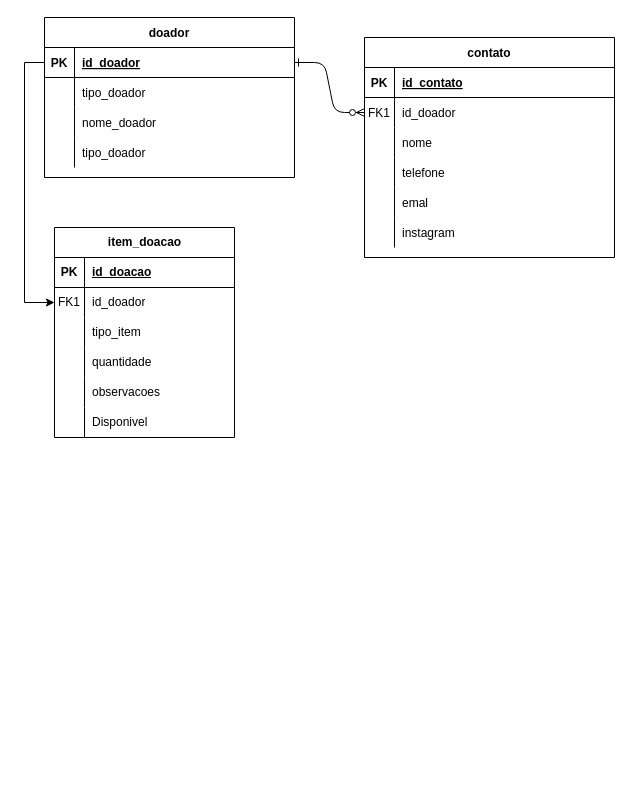
This is diagramas/Diagrama sem nome.drawio from lightdi/controleajuda, a draw.io file, before an edit. Source tidied: cells renumbered, new cells numbered last; positions are measured from the earlier drawing's top-left corner, leaving out a move shared by most shapes. Both pictures are drawn from the tidied source at 100%, with x=0, y=0 at pixel (44, 17).
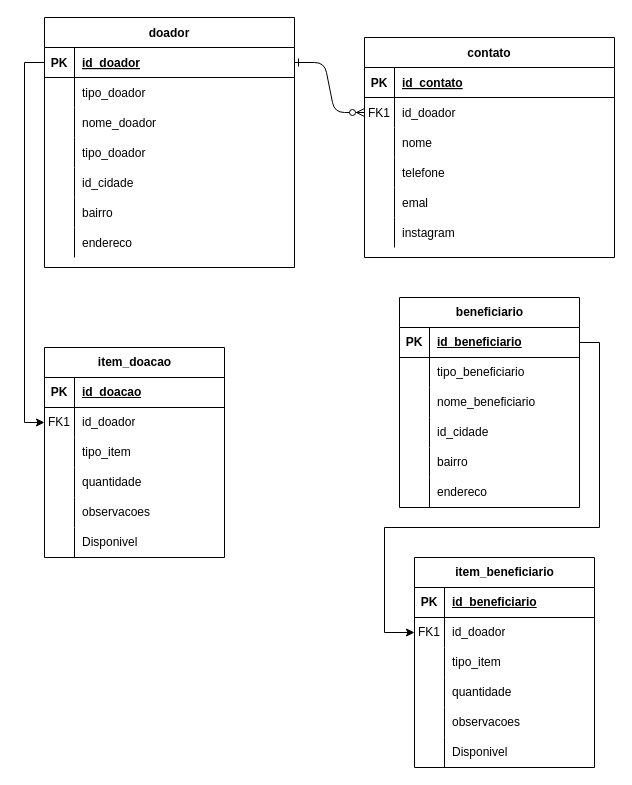
Above is the later version.

What changed in the source:
```diff
@@
     <mxCell id="22" value="doador" style="shape=table;startSize=30;childLayout=tableLayout;rowLines=0;fontStyle=1;align=center;" parent="1" vertex="1">
-      <mxGeometry width="250" height="160" as="geometry" />
+      <mxGeometry width="250" height="250" as="geometry" />
     </mxCell>
@@
+    <mxCell id="55" style="shape=partialRectangle;fillColor=none;top=0;left=0;right=0;bottom=0;" parent="22" vertex="1">
+      <mxGeometry y="150" width="250" height="30" as="geometry" />
+    </mxCell>
+    <mxCell id="56" style="shape=partialRectangle;overflow=hidden;fillColor=none;top=0;left=0;bottom=0;right=0;" parent="55" vertex="1">
+      <mxGeometry width="30" height="30" as="geometry" />
+    </mxCell>
+    <mxCell id="57" value="id_cidade" style="shape=partialRectangle;overflow=hidden;fillColor=none;top=0;left=0;bottom=0;right=0;align=left;spacingLeft=6;" parent="55" vertex="1">
+      <mxGeometry x="30" width="220" height="30" as="geometry" />
+    </mxCell>
+    <mxCell id="58" style="shape=partialRectangle;fillColor=none;top=0;left=0;right=0;bottom=0;" parent="22" vertex="1">
+      <mxGeometry y="180" width="250" height="30" as="geometry" />
+    </mxCell>
+    <mxCell id="59" style="shape=partialRectangle;overflow=hidden;fillColor=none;top=0;left=0;bottom=0;right=0;" parent="58" vertex="1">
+      <mxGeometry width="30" height="30" as="geometry" />
+    </mxCell>
+    <mxCell id="60" value="bairro" style="shape=partialRectangle;overflow=hidden;fillColor=none;top=0;left=0;bottom=0;right=0;align=left;spacingLeft=6;" parent="58" vertex="1">
+      <mxGeometry x="30" width="220" height="30" as="geometry" />
+    </mxCell>
+    <mxCell id="61" style="shape=partialRectangle;fillColor=none;top=0;left=0;right=0;bottom=0;" parent="22" vertex="1">
+      <mxGeometry y="210" width="250" height="30" as="geometry" />
+    </mxCell>
+    <mxCell id="62" style="shape=partialRectangle;overflow=hidden;fillColor=none;top=0;left=0;bottom=0;right=0;" parent="61" vertex="1">
+      <mxGeometry width="30" height="30" as="geometry" />
+    </mxCell>
+    <mxCell id="63" value="endereco" style="shape=partialRectangle;overflow=hidden;fillColor=none;top=0;left=0;bottom=0;right=0;align=left;spacingLeft=6;" parent="61" vertex="1">
+      <mxGeometry x="30" width="220" height="30" as="geometry" />
+    </mxCell>
     <mxCell id="35" value="item_doacao" style="shape=table;startSize=30;childLayout=tableLayout;rowLines=0;fontStyle=1;align=center;html=1;" parent="1" vertex="1">
-      <mxGeometry x="10" y="210" width="180" height="210" as="geometry" />
+      <mxGeometry y="330" width="180" height="210" as="geometry" />
     </mxCell>
@@
+    <mxCell id="64" value="beneficiario" style="shape=table;startSize=30;childLayout=tableLayout;rowLines=0;fontStyle=1;align=center;html=1;" parent="1" vertex="1">
+      <mxGeometry x="355" y="280" width="180" height="210" as="geometry" />
+    </mxCell>
+    <mxCell id="65" style="shape=tableRow;horizontal=0;startSize=0;swimlaneHead=0;swimlaneBody=0;fillColor=none;points=[[0,0.5],[1,0.5]];portConstraint=eastwest;top=0;left=0;right=0;bottom=1;" parent="64" vertex="1">
+      <mxGeometry y="30" width="180" height="30" as="geometry" />
+    </mxCell>
+    <mxCell id="66" value="PK" style="shape=partialRectangle;fillColor=none;top=0;left=0;bottom=0;right=0;fontStyle=1;overflow=hidden;whiteSpace=wrap;html=1;" parent="65" vertex="1">
+      <mxGeometry width="30" height="30" as="geometry" />
+    </mxCell>
+    <mxCell id="67" value="id_beneficiario" style="shape=partialRectangle;fillColor=none;top=0;left=0;bottom=0;right=0;align=left;spacingLeft=6;fontStyle=5;overflow=hidden;whiteSpace=wrap;html=1;" parent="65" vertex="1">
+      <mxGeometry x="30" width="150" height="30" as="geometry" />
+    </mxCell>
+    <mxCell id="68" style="shape=tableRow;horizontal=0;startSize=0;swimlaneHead=0;swimlaneBody=0;fillColor=none;top=0;left=0;right=0;bottom=0;" parent="64" vertex="1">
+      <mxGeometry y="60" width="180" height="30" as="geometry" />
+    </mxCell>
+    <mxCell id="69" style="shape=partialRectangle;fillColor=none;top=0;left=0;bottom=0;right=0;overflow=hidden;whiteSpace=wrap;html=1;" parent="68" vertex="1">
+      <mxGeometry width="30" height="30" as="geometry" />
+    </mxCell>
+    <mxCell id="70" value="tipo_beneficiario" style="shape=partialRectangle;fillColor=none;top=0;left=0;bottom=0;right=0;align=left;spacingLeft=6;overflow=hidden;whiteSpace=wrap;html=1;" parent="68" vertex="1">
+      <mxGeometry x="30" width="150" height="30" as="geometry" />
+    </mxCell>
+    <mxCell id="71" style="shape=tableRow;horizontal=0;startSize=0;swimlaneHead=0;swimlaneBody=0;fillColor=none;top=0;left=0;right=0;bottom=0;" parent="64" vertex="1">
+      <mxGeometry y="90" width="180" height="30" as="geometry" />
+    </mxCell>
+    <mxCell id="72" style="shape=partialRectangle;fillColor=none;top=0;left=0;bottom=0;right=0;overflow=hidden;whiteSpace=wrap;html=1;" parent="71" vertex="1">
+      <mxGeometry width="30" height="30" as="geometry" />
+    </mxCell>
+    <mxCell id="73" value="nome_beneficiario" style="shape=partialRectangle;fillColor=none;top=0;left=0;bottom=0;right=0;align=left;spacingLeft=6;overflow=hidden;whiteSpace=wrap;html=1;" parent="71" vertex="1">
+      <mxGeometry x="30" width="150" height="30" as="geometry" />
+    </mxCell>
+    <mxCell id="74" style="shape=tableRow;horizontal=0;startSize=0;swimlaneHead=0;swimlaneBody=0;fillColor=none;top=0;left=0;right=0;bottom=0;" parent="64" vertex="1">
+      <mxGeometry y="120" width="180" height="30" as="geometry" />
+    </mxCell>
+    <mxCell id="75" style="shape=partialRectangle;fillColor=none;top=0;left=0;bottom=0;right=0;overflow=hidden;whiteSpace=wrap;html=1;" parent="74" vertex="1">
+      <mxGeometry width="30" height="30" as="geometry" />
+    </mxCell>
+    <mxCell id="76" value="id_cidade" style="shape=partialRectangle;fillColor=none;top=0;left=0;bottom=0;right=0;align=left;spacingLeft=6;overflow=hidden;whiteSpace=wrap;html=1;" parent="74" vertex="1">
+      <mxGeometry x="30" width="150" height="30" as="geometry" />
+    </mxCell>
+    <mxCell id="77" style="shape=tableRow;horizontal=0;startSize=0;swimlaneHead=0;swimlaneBody=0;fillColor=none;top=0;left=0;right=0;bottom=0;" parent="64" vertex="1">
+      <mxGeometry y="150" width="180" height="30" as="geometry" />
+    </mxCell>
+    <mxCell id="78" style="shape=partialRectangle;fillColor=none;top=0;left=0;bottom=0;right=0;overflow=hidden;whiteSpace=wrap;html=1;" parent="77" vertex="1">
+      <mxGeometry width="30" height="30" as="geometry" />
+    </mxCell>
+    <mxCell id="79" value="bairro" style="shape=partialRectangle;fillColor=none;top=0;left=0;bottom=0;right=0;align=left;spacingLeft=6;overflow=hidden;whiteSpace=wrap;html=1;" parent="77" vertex="1">
+      <mxGeometry x="30" width="150" height="30" as="geometry" />
+    </mxCell>
+    <mxCell id="80" style="shape=tableRow;horizontal=0;startSize=0;swimlaneHead=0;swimlaneBody=0;fillColor=none;top=0;left=0;right=0;bottom=0;" parent="64" vertex="1">
+      <mxGeometry y="180" width="180" height="30" as="geometry" />
+    </mxCell>
+    <mxCell id="81" style="shape=partialRectangle;fillColor=none;top=0;left=0;bottom=0;right=0;overflow=hidden;whiteSpace=wrap;html=1;" parent="80" vertex="1">
+      <mxGeometry width="30" height="30" as="geometry" />
+    </mxCell>
+    <mxCell id="82" value="endereco" style="shape=partialRectangle;fillColor=none;top=0;left=0;bottom=0;right=0;align=left;spacingLeft=6;overflow=hidden;whiteSpace=wrap;html=1;" parent="80" vertex="1">
+      <mxGeometry x="30" width="150" height="30" as="geometry" />
+    </mxCell>
+    <mxCell id="83" value="item_beneficiario" style="shape=table;startSize=30;childLayout=tableLayout;rowLines=0;fontStyle=1;align=center;html=1;" parent="1" vertex="1">
+      <mxGeometry x="370" y="540" width="180" height="210" as="geometry" />
+    </mxCell>
+    <mxCell id="84" style="shape=tableRow;horizontal=0;startSize=0;swimlaneHead=0;swimlaneBody=0;fillColor=none;top=0;left=0;right=0;bottom=1;" parent="83" vertex="1">
+      <mxGeometry y="30" width="180" height="30" as="geometry" />
+    </mxCell>
+    <mxCell id="85" value="PK" style="shape=partialRectangle;fillColor=none;top=0;left=0;bottom=0;right=0;fontStyle=1;overflow=hidden;whiteSpace=wrap;html=1;" parent="84" vertex="1">
+      <mxGeometry width="30" height="30" as="geometry" />
+    </mxCell>
+    <mxCell id="86" value="id_beneficiario" style="shape=partialRectangle;fillColor=none;top=0;left=0;bottom=0;right=0;align=left;spacingLeft=6;fontStyle=5;overflow=hidden;whiteSpace=wrap;html=1;" parent="84" vertex="1">
+      <mxGeometry x="30" width="150" height="30" as="geometry" />
+    </mxCell>
+    <mxCell id="87" style="shape=tableRow;horizontal=0;startSize=0;swimlaneHead=0;swimlaneBody=0;fillColor=none;points=[[0,0.5],[1,0.5]];portConstraint=eastwest;top=0;left=0;right=0;bottom=0;" parent="83" vertex="1">
+      <mxGeometry y="60" width="180" height="30" as="geometry" />
+    </mxCell>
+    <mxCell id="88" value="FK1" style="shape=partialRectangle;fillColor=none;top=0;left=0;bottom=0;right=0;overflow=hidden;whiteSpace=wrap;html=1;" parent="87" vertex="1">
+      <mxGeometry width="30" height="30" as="geometry" />
+    </mxCell>
+    <mxCell id="89" value="id_doador" style="shape=partialRectangle;fillColor=none;top=0;left=0;bottom=0;right=0;align=left;spacingLeft=6;overflow=hidden;whiteSpace=wrap;html=1;" parent="87" vertex="1">
+      <mxGeometry x="30" width="150" height="30" as="geometry" />
+    </mxCell>
+    <mxCell id="90" style="shape=tableRow;horizontal=0;startSize=0;swimlaneHead=0;swimlaneBody=0;fillColor=none;top=0;left=0;right=0;bottom=0;" parent="83" vertex="1">
+      <mxGeometry y="90" width="180" height="30" as="geometry" />
+    </mxCell>
+    <mxCell id="91" style="shape=partialRectangle;fillColor=none;top=0;left=0;bottom=0;right=0;overflow=hidden;whiteSpace=wrap;html=1;" parent="90" vertex="1">
+      <mxGeometry width="30" height="30" as="geometry" />
+    </mxCell>
+    <mxCell id="92" value="tipo_item" style="shape=partialRectangle;fillColor=none;top=0;left=0;bottom=0;right=0;align=left;spacingLeft=6;overflow=hidden;whiteSpace=wrap;html=1;" parent="90" vertex="1">
+      <mxGeometry x="30" width="150" height="30" as="geometry" />
+    </mxCell>
+    <mxCell id="93" style="shape=tableRow;horizontal=0;startSize=0;swimlaneHead=0;swimlaneBody=0;fillColor=none;top=0;left=0;right=0;bottom=0;" parent="83" vertex="1">
+      <mxGeometry y="120" width="180" height="30" as="geometry" />
+    </mxCell>
+    <mxCell id="94" style="shape=partialRectangle;fillColor=none;top=0;left=0;bottom=0;right=0;overflow=hidden;whiteSpace=wrap;html=1;" parent="93" vertex="1">
+      <mxGeometry width="30" height="30" as="geometry" />
+    </mxCell>
+    <mxCell id="95" value="quantidade" style="shape=partialRectangle;fillColor=none;top=0;left=0;bottom=0;right=0;align=left;spacingLeft=6;overflow=hidden;whiteSpace=wrap;html=1;" parent="93" vertex="1">
+      <mxGeometry x="30" width="150" height="30" as="geometry" />
+    </mxCell>
+    <mxCell id="96" style="shape=tableRow;horizontal=0;startSize=0;swimlaneHead=0;swimlaneBody=0;fillColor=none;top=0;left=0;right=0;bottom=0;" parent="83" vertex="1">
+      <mxGeometry y="150" width="180" height="30" as="geometry" />
+    </mxCell>
+    <mxCell id="97" style="shape=partialRectangle;fillColor=none;top=0;left=0;bottom=0;right=0;overflow=hidden;whiteSpace=wrap;html=1;" parent="96" vertex="1">
+      <mxGeometry width="30" height="30" as="geometry" />
+    </mxCell>
+    <mxCell id="98" value="observacoes" style="shape=partialRectangle;fillColor=none;top=0;left=0;bottom=0;right=0;align=left;spacingLeft=6;overflow=hidden;whiteSpace=wrap;html=1;" parent="96" vertex="1">
+      <mxGeometry x="30" width="150" height="30" as="geometry" />
+    </mxCell>
+    <mxCell id="99" style="shape=tableRow;horizontal=0;startSize=0;swimlaneHead=0;swimlaneBody=0;fillColor=none;top=0;left=0;right=0;bottom=0;" parent="83" vertex="1">
+      <mxGeometry y="180" width="180" height="30" as="geometry" />
+    </mxCell>
+    <mxCell id="100" style="shape=partialRectangle;fillColor=none;top=0;left=0;bottom=0;right=0;overflow=hidden;whiteSpace=wrap;html=1;" parent="99" vertex="1">
+      <mxGeometry width="30" height="30" as="geometry" />
+    </mxCell>
+    <mxCell id="101" value="Disponivel" style="shape=partialRectangle;fillColor=none;top=0;left=0;bottom=0;right=0;align=left;spacingLeft=6;overflow=hidden;whiteSpace=wrap;html=1;" parent="99" vertex="1">
+      <mxGeometry x="30" width="150" height="30" as="geometry" />
+    </mxCell>
+    <mxCell id="102" style="edgeStyle=orthogonalEdgeStyle;rounded=0;jettySize=auto;html=1;entryX=0;entryY=0.5;entryDx=0;entryDy=0;" parent="1" edge="1" source="65" target="87">
+      <mxGeometry relative="1" as="geometry">
+        <Array as="points">
+          <mxPoint x="555" y="325" />
+          <mxPoint x="555" y="510" />
+          <mxPoint x="340" y="510" />
+          <mxPoint x="340" y="615" />
+        </Array>
+      </mxGeometry>
+    </mxCell>
```
